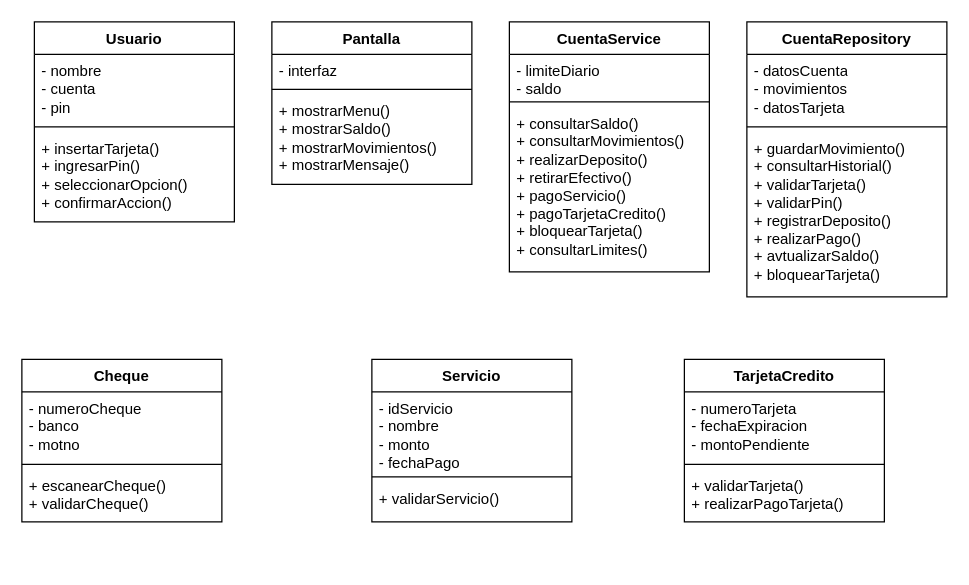
This is page "Diagrama de Clases" (11 of 11) of Diagrama sin título.drawio from x0Nico/Ejercicios-de-Estudio, a draw.io file, before an edit. Source tidied: cells renumbered, new cells numbered last; positions are measured from the earlier drawing's top-left corner, leaving out a move shared by most shapes. Both pictures are drawn from the tidied source at 125%, with x=0, y=0 at pixel (21, 21).
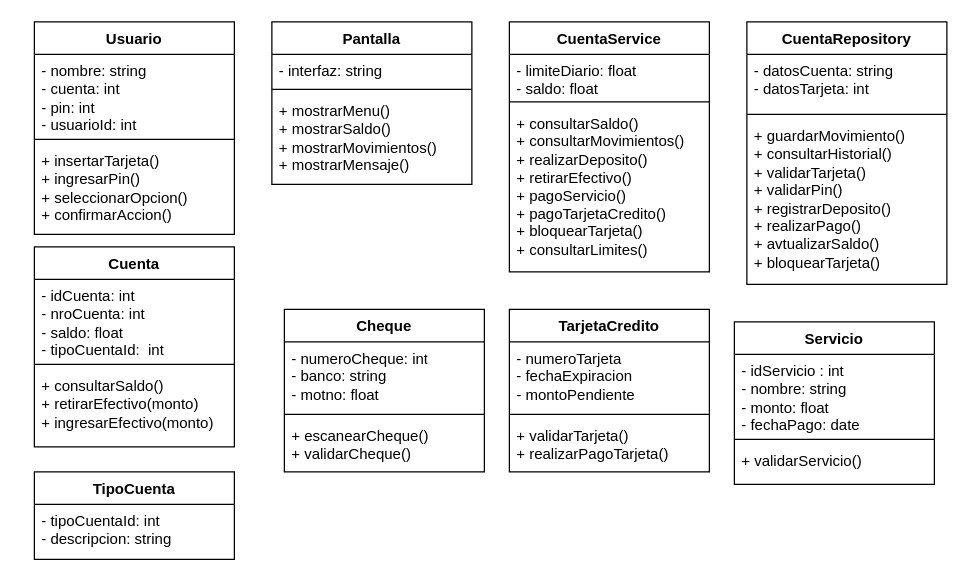
Above is the later version.

The change refers to these unchanged cells:
```xml
<mxCell id="6" value="Pantalla" style="swimlane;fontStyle=1;align=center;verticalAlign=top;horizontal=1;startSize=26;whiteSpace=wrap;html=1;" parent="1" vertex="1">
  <mxGeometry x="200" width="160" height="130" as="geometry" />
</mxCell>
<mxCell id="10" value="CuentaService" style="swimlane;fontStyle=1;align=center;verticalAlign=top;horizontal=1;startSize=26;whiteSpace=wrap;html=1;" parent="1" vertex="1">
  <mxGeometry x="390" width="160" height="200" as="geometry" />
</mxCell>
```

Change to the diagram source:
```diff
@@
     <mxCell id="2" value="Usuario" style="swimlane;fontStyle=1;align=center;verticalAlign=top;horizontal=1;startSize=26;whiteSpace=wrap;html=1;" parent="1" vertex="1">
-      <mxGeometry x="10" width="160" height="160" as="geometry" />
+      <mxGeometry x="10" width="160" height="170" as="geometry" />
     </mxCell>
-    <mxCell id="3" value="- nombre&lt;div&gt;- cuenta&lt;/div&gt;&lt;div&gt;- pin&lt;/div&gt;" style="text;strokeColor=none;fillColor=none;align=left;verticalAlign=top;spacingLeft=4;spacingRight=4;overflow=hidden;whiteSpace=wrap;html=1;" parent="2" vertex="1">
-      <mxGeometry y="26" width="160" height="54" as="geometry" />
+    <mxCell id="3" value="- nombre: string&lt;div&gt;- cuenta: int&lt;/div&gt;&lt;div&gt;- pin: int&lt;/div&gt;&lt;div&gt;- usuarioId: int&lt;/div&gt;" style="text;strokeColor=none;fillColor=none;align=left;verticalAlign=top;spacingLeft=4;spacingRight=4;overflow=hidden;whiteSpace=wrap;html=1;" parent="2" vertex="1">
+      <mxGeometry y="26" width="160" height="64" as="geometry" />
     </mxCell>
     <mxCell id="4" style="line;strokeWidth=1;fillColor=none;align=left;verticalAlign=middle;spacingTop=-1;spacingLeft=3;spacingRight=3;labelPosition=right;strokeColor=inherit;" parent="2" vertex="1">
-      <mxGeometry y="80" width="160" height="8" as="geometry" />
+      <mxGeometry y="90" width="160" height="8" as="geometry" />
     </mxCell>
     <mxCell id="5" value="+ insertarTarjeta()&lt;div&gt;+ ingresarPin()&lt;/div&gt;&lt;div&gt;+ seleccionarOpcion()&lt;/div&gt;&lt;div&gt;+ confirmarAccion()&lt;/div&gt;" style="text;strokeColor=none;fillColor=none;align=left;verticalAlign=top;spacingLeft=4;spacingRight=4;overflow=hidden;whiteSpace=wrap;html=1;" parent="2" vertex="1">
-      <mxGeometry y="88" width="160" height="72" as="geometry" />
+      <mxGeometry y="98" width="160" height="72" as="geometry" />
     </mxCell>
@@
-    <mxCell id="7" value="- interfaz" style="text;strokeColor=none;fillColor=none;align=left;verticalAlign=top;spacingLeft=4;spacingRight=4;overflow=hidden;whiteSpace=wrap;html=1;" parent="6" vertex="1">
+    <mxCell id="7" value="- interfaz: string" style="text;strokeColor=none;fillColor=none;align=left;verticalAlign=top;spacingLeft=4;spacingRight=4;overflow=hidden;whiteSpace=wrap;html=1;" parent="6" vertex="1">
       <mxGeometry y="26" width="160" height="24" as="geometry" />
     </mxCell>
@@
-    <mxCell id="11" value="- limiteDiario&lt;div&gt;- saldo&lt;/div&gt;" style="text;strokeColor=none;fillColor=none;align=left;verticalAlign=top;spacingLeft=4;spacingRight=4;overflow=hidden;whiteSpace=wrap;html=1;" parent="10" vertex="1">
+    <mxCell id="11" value="- limiteDiario: float&lt;div&gt;- saldo: float&lt;/div&gt;" style="text;strokeColor=none;fillColor=none;align=left;verticalAlign=top;spacingLeft=4;spacingRight=4;overflow=hidden;whiteSpace=wrap;html=1;" parent="10" vertex="1">
       <mxGeometry y="26" width="160" height="34" as="geometry" />
     </mxCell>
@@
     <mxCell id="14" value="CuentaRepository" style="swimlane;fontStyle=1;align=center;verticalAlign=top;horizontal=1;startSize=26;whiteSpace=wrap;html=1;" parent="1" vertex="1">
-      <mxGeometry x="580" width="160" height="220" as="geometry" />
+      <mxGeometry x="580" width="160" height="210" as="geometry" />
     </mxCell>
-    <mxCell id="15" value="&lt;div&gt;- datosCuenta&lt;/div&gt;- movimientos&lt;div&gt;- datosTarjeta&lt;/div&gt;" style="text;strokeColor=none;fillColor=none;align=left;verticalAlign=top;spacingLeft=4;spacingRight=4;overflow=hidden;whiteSpace=wrap;html=1;" parent="14" vertex="1">
-      <mxGeometry y="26" width="160" height="54" as="geometry" />
+    <mxCell id="15" value="&lt;div&gt;- datosCuenta: string&lt;/div&gt;&lt;div&gt;- datosTarjeta: int&lt;/div&gt;" style="text;strokeColor=none;fillColor=none;align=left;verticalAlign=top;spacingLeft=4;spacingRight=4;overflow=hidden;whiteSpace=wrap;html=1;" parent="14" vertex="1">
+      <mxGeometry y="26" width="160" height="44" as="geometry" />
     </mxCell>
     <mxCell id="16" style="line;strokeWidth=1;fillColor=none;align=left;verticalAlign=middle;spacingTop=-1;spacingLeft=3;spacingRight=3;labelPosition=right;strokeColor=inherit;" parent="14" vertex="1">
-      <mxGeometry y="80" width="160" height="8" as="geometry" />
+      <mxGeometry y="70" width="160" height="8" as="geometry" />
     </mxCell>
     <mxCell id="17" value="+ guardarMovimiento()&lt;div&gt;+ consultarHistorial()&lt;/div&gt;&lt;div&gt;+ validarTarjeta()&lt;/div&gt;&lt;div&gt;+ validarPin()&lt;/div&gt;&lt;div&gt;+ registrarDeposito()&lt;/div&gt;&lt;div&gt;+ realizarPago()&lt;/div&gt;&lt;div&gt;+ avtualizarSaldo()&lt;/div&gt;&lt;div&gt;+ bloquearTarjeta()&lt;/div&gt;" style="text;strokeColor=none;fillColor=none;align=left;verticalAlign=top;spacingLeft=4;spacingRight=4;overflow=hidden;whiteSpace=wrap;html=1;" parent="14" vertex="1">
-      <mxGeometry y="88" width="160" height="132" as="geometry" />
+      <mxGeometry y="78" width="160" height="132" as="geometry" />
     </mxCell>
     <mxCell id="18" value="Cheque" style="swimlane;fontStyle=1;align=center;verticalAlign=top;horizontal=1;startSize=26;whiteSpace=wrap;html=1;" parent="1" vertex="1">
-      <mxGeometry y="270" width="160" height="130" as="geometry" />
+      <mxGeometry x="210" y="230" width="160" height="130" as="geometry" />
     </mxCell>
-    <mxCell id="19" value="&lt;div&gt;- numeroCheque&lt;/div&gt;&lt;div&gt;- banco&lt;/div&gt;&lt;div&gt;- motno&lt;/div&gt;" style="text;strokeColor=none;fillColor=none;align=left;verticalAlign=top;spacingLeft=4;spacingRight=4;overflow=hidden;whiteSpace=wrap;html=1;" parent="18" vertex="1">
+    <mxCell id="19" value="&lt;div&gt;- numeroCheque: int&lt;/div&gt;&lt;div&gt;- banco: string&lt;/div&gt;&lt;div&gt;- motno: float&lt;/div&gt;" style="text;strokeColor=none;fillColor=none;align=left;verticalAlign=top;spacingLeft=4;spacingRight=4;overflow=hidden;whiteSpace=wrap;html=1;" parent="18" vertex="1">
       <mxGeometry y="26" width="160" height="54" as="geometry" />
     </mxCell>
@@
     <mxCell id="22" value="Servicio" style="swimlane;fontStyle=1;align=center;verticalAlign=top;horizontal=1;startSize=26;whiteSpace=wrap;html=1;" parent="1" vertex="1">
-      <mxGeometry x="280" y="270" width="160" height="130" as="geometry" />
+      <mxGeometry x="570" y="240" width="160" height="130" as="geometry" />
     </mxCell>
-    <mxCell id="23" value="&lt;div&gt;- idServicio&lt;/div&gt;&lt;div&gt;- nombre&lt;/div&gt;&lt;div&gt;- monto&lt;/div&gt;&lt;div&gt;- fechaPago&lt;/div&gt;" style="text;strokeColor=none;fillColor=none;align=left;verticalAlign=top;spacingLeft=4;spacingRight=4;overflow=hidden;whiteSpace=wrap;html=1;" parent="22" vertex="1">
+    <mxCell id="23" value="&lt;div&gt;- idServicio : int&lt;/div&gt;&lt;div&gt;- nombre: string&lt;/div&gt;&lt;div&gt;- monto: float&lt;/div&gt;&lt;div&gt;- fechaPago: date&lt;/div&gt;" style="text;strokeColor=none;fillColor=none;align=left;verticalAlign=top;spacingLeft=4;spacingRight=4;overflow=hidden;whiteSpace=wrap;html=1;" parent="22" vertex="1">
       <mxGeometry y="26" width="160" height="64" as="geometry" />
     </mxCell>
@@
     <mxCell id="26" value="TarjetaCredito" style="swimlane;fontStyle=1;align=center;verticalAlign=top;horizontal=1;startSize=26;whiteSpace=wrap;html=1;" parent="1" vertex="1">
-      <mxGeometry x="530" y="270" width="160" height="130" as="geometry" />
+      <mxGeometry x="390" y="230" width="160" height="130" as="geometry" />
     </mxCell>
@@
+    <mxCell id="30" value="Cuenta" style="swimlane;fontStyle=1;align=center;verticalAlign=top;horizontal=1;startSize=26;whiteSpace=wrap;html=1;" parent="1" vertex="1">
+      <mxGeometry x="10" y="180" width="160" height="160" as="geometry" />
+    </mxCell>
+    <mxCell id="31" value="&lt;div&gt;- idCuenta: int&lt;/div&gt;&lt;div&gt;- nroCuenta: int&lt;/div&gt;&lt;div&gt;- saldo: float&lt;/div&gt;&lt;div&gt;- tipoCuentaId:&amp;nbsp; int&lt;/div&gt;" style="text;strokeColor=none;fillColor=none;align=left;verticalAlign=top;spacingLeft=4;spacingRight=4;overflow=hidden;whiteSpace=wrap;html=1;" parent="30" vertex="1">
+      <mxGeometry y="26" width="160" height="64" as="geometry" />
+    </mxCell>
+    <mxCell id="32" style="line;strokeWidth=1;fillColor=none;align=left;verticalAlign=middle;spacingTop=-1;spacingLeft=3;spacingRight=3;labelPosition=right;strokeColor=inherit;" parent="30" vertex="1">
+      <mxGeometry y="90" width="160" height="8" as="geometry" />
+    </mxCell>
+    <mxCell id="33" value="+ consultarSaldo()&lt;div&gt;+ retirarEfectivo(monto)&lt;/div&gt;&lt;div&gt;+ ingresarEfectivo(monto)&lt;br&gt;&lt;div&gt;&amp;nbsp;&lt;/div&gt;&lt;/div&gt;" style="text;strokeColor=none;fillColor=none;align=left;verticalAlign=top;spacingLeft=4;spacingRight=4;overflow=hidden;whiteSpace=wrap;html=1;" parent="30" vertex="1">
+      <mxGeometry y="98" width="160" height="62" as="geometry" />
+    </mxCell>
+    <mxCell id="34" value="TipoCuenta" style="swimlane;fontStyle=1;align=center;verticalAlign=top;horizontal=1;startSize=26;whiteSpace=wrap;html=1;" parent="1" vertex="1">
+      <mxGeometry x="10" y="360" width="160" height="70" as="geometry" />
+    </mxCell>
+    <mxCell id="35" value="- tipoCuentaId: int&lt;div&gt;- descripcion: string&lt;/div&gt;" style="text;strokeColor=none;fillColor=none;align=left;verticalAlign=top;spacingLeft=4;spacingRight=4;overflow=hidden;whiteSpace=wrap;html=1;" parent="34" vertex="1">
+      <mxGeometry y="26" width="160" height="44" as="geometry" />
+    </mxCell>
```
